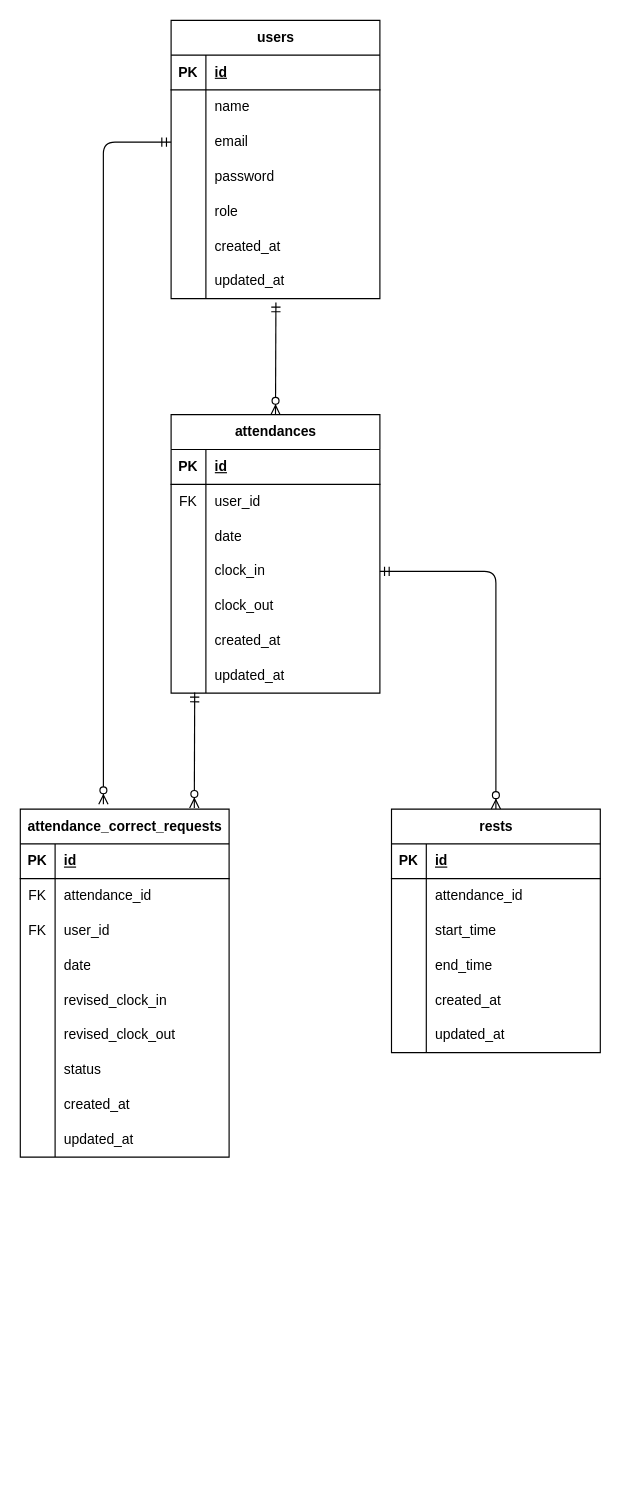
Before: test.drawio in kblueblue66-cell/coachtech-mockcase-2, a draw.io diagram. Source tidied: cells renumbered, new cells numbered last; positions are measured from the earlier drawing's top-left corner, leaving out a move shared by most shapes. Both pictures are drawn from the tidied source at 116%, with x=0, y=0 at pixel (20, 20).
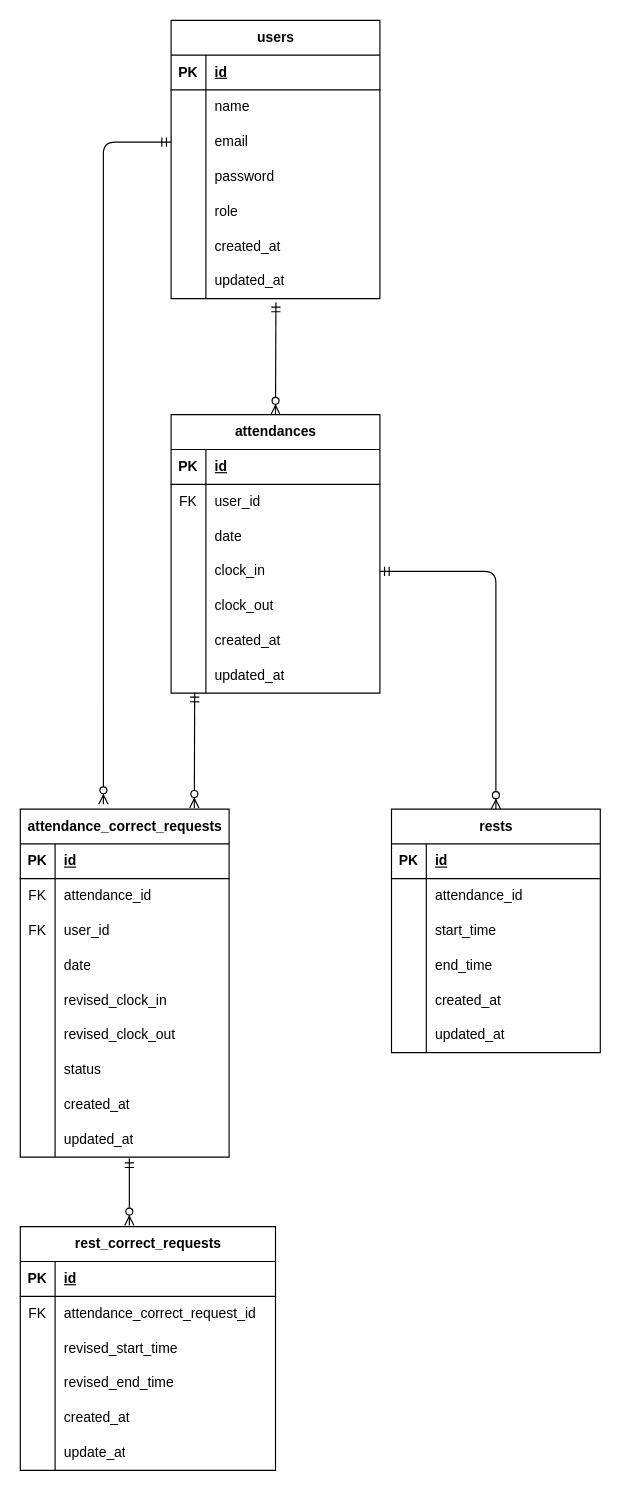
Above is the later version.

Diff of the diagram source:
```diff
@@
+    <mxCell id="97" value="rest_correct_requests" style="shape=table;startSize=30;childLayout=tableLayout;rowLines=0;fontStyle=1;align=center;html=1;" parent="1" vertex="1">
+      <mxGeometry y="1040" width="220" height="210" as="geometry" />
+    </mxCell>
+    <mxCell id="98" style="shape=tableRow;horizontal=0;startSize=0;swimlaneHead=0;swimlaneBody=0;fillColor=none;top=0;left=0;right=0;bottom=1;" parent="97" vertex="1">
+      <mxGeometry y="30" width="220" height="30" as="geometry" />
+    </mxCell>
+    <mxCell id="99" value="PK" style="shape=partialRectangle;fillColor=none;top=0;left=0;bottom=0;right=0;fontStyle=1;overflow=hidden;whiteSpace=wrap;html=1;" parent="98" vertex="1">
+      <mxGeometry width="30" height="30" as="geometry" />
+    </mxCell>
+    <mxCell id="100" value="id" style="shape=partialRectangle;fillColor=none;top=0;left=0;bottom=0;right=0;align=left;spacingLeft=6;fontStyle=5;overflow=hidden;whiteSpace=wrap;html=1;" parent="98" vertex="1">
+      <mxGeometry x="30" width="190" height="30" as="geometry" />
+    </mxCell>
+    <mxCell id="101" style="shape=tableRow;horizontal=0;startSize=0;swimlaneHead=0;swimlaneBody=0;fillColor=none;top=0;left=0;right=0;bottom=0;" parent="97" vertex="1">
+      <mxGeometry y="60" width="220" height="30" as="geometry" />
+    </mxCell>
+    <mxCell id="102" value="FK" style="shape=partialRectangle;fillColor=none;top=0;left=0;bottom=0;right=0;overflow=hidden;whiteSpace=wrap;html=1;" parent="101" vertex="1">
+      <mxGeometry width="30" height="30" as="geometry" />
+    </mxCell>
+    <mxCell id="103" value="attendance_correct_request_id" style="shape=partialRectangle;fillColor=none;top=0;left=0;bottom=0;right=0;align=left;spacingLeft=6;overflow=hidden;whiteSpace=wrap;html=1;" parent="101" vertex="1">
+      <mxGeometry x="30" width="190" height="30" as="geometry" />
+    </mxCell>
+    <mxCell id="104" style="shape=tableRow;horizontal=0;startSize=0;swimlaneHead=0;swimlaneBody=0;fillColor=none;top=0;left=0;right=0;bottom=0;" parent="97" vertex="1">
+      <mxGeometry y="90" width="220" height="30" as="geometry" />
+    </mxCell>
+    <mxCell id="105" style="shape=partialRectangle;fillColor=none;top=0;left=0;bottom=0;right=0;overflow=hidden;whiteSpace=wrap;html=1;" parent="104" vertex="1">
+      <mxGeometry width="30" height="30" as="geometry" />
+    </mxCell>
+    <mxCell id="106" value="revised_start_time" style="shape=partialRectangle;fillColor=none;top=0;left=0;bottom=0;right=0;align=left;spacingLeft=6;overflow=hidden;whiteSpace=wrap;html=1;" parent="104" vertex="1">
+      <mxGeometry x="30" width="190" height="30" as="geometry" />
+    </mxCell>
+    <mxCell id="107" style="shape=tableRow;horizontal=0;startSize=0;swimlaneHead=0;swimlaneBody=0;fillColor=none;top=0;left=0;right=0;bottom=0;" parent="97" vertex="1">
+      <mxGeometry y="120" width="220" height="30" as="geometry" />
+    </mxCell>
+    <mxCell id="108" style="shape=partialRectangle;fillColor=none;top=0;left=0;bottom=0;right=0;overflow=hidden;whiteSpace=wrap;html=1;" parent="107" vertex="1">
+      <mxGeometry width="30" height="30" as="geometry" />
+    </mxCell>
+    <mxCell id="109" value="revised_end_time" style="shape=partialRectangle;fillColor=none;top=0;left=0;bottom=0;right=0;align=left;spacingLeft=6;overflow=hidden;whiteSpace=wrap;html=1;" parent="107" vertex="1">
+      <mxGeometry x="30" width="190" height="30" as="geometry" />
+    </mxCell>
+    <mxCell id="110" style="shape=tableRow;horizontal=0;startSize=0;swimlaneHead=0;swimlaneBody=0;fillColor=none;top=0;left=0;right=0;bottom=0;" parent="97" vertex="1">
+      <mxGeometry y="150" width="220" height="30" as="geometry" />
+    </mxCell>
+    <mxCell id="111" style="shape=partialRectangle;fillColor=none;top=0;left=0;bottom=0;right=0;overflow=hidden;whiteSpace=wrap;html=1;" parent="110" vertex="1">
+      <mxGeometry width="30" height="30" as="geometry" />
+    </mxCell>
+    <mxCell id="112" value="created_at" style="shape=partialRectangle;fillColor=none;top=0;left=0;bottom=0;right=0;align=left;spacingLeft=6;overflow=hidden;whiteSpace=wrap;html=1;" parent="110" vertex="1">
+      <mxGeometry x="30" width="190" height="30" as="geometry" />
+    </mxCell>
+    <mxCell id="113" style="shape=tableRow;horizontal=0;startSize=0;swimlaneHead=0;swimlaneBody=0;fillColor=none;top=0;left=0;right=0;bottom=0;" parent="97" vertex="1">
+      <mxGeometry y="180" width="220" height="30" as="geometry" />
+    </mxCell>
+    <mxCell id="114" style="shape=partialRectangle;fillColor=none;top=0;left=0;bottom=0;right=0;overflow=hidden;whiteSpace=wrap;html=1;" parent="113" vertex="1">
+      <mxGeometry width="30" height="30" as="geometry" />
+    </mxCell>
+    <mxCell id="115" value="update_at" style="shape=partialRectangle;fillColor=none;top=0;left=0;bottom=0;right=0;align=left;spacingLeft=6;overflow=hidden;whiteSpace=wrap;html=1;" parent="113" vertex="1">
+      <mxGeometry x="30" width="190" height="30" as="geometry" />
+    </mxCell>
+    <mxCell id="116" style="fontSize=12;html=1;endArrow=ERzeroToMany;startArrow=ERmandOne;" parent="1" edge="1">
+      <mxGeometry relative="1" as="geometry">
+        <mxPoint x="94" y="981" as="sourcePoint" />
+        <mxPoint x="94" y="1039" as="targetPoint" />
+      </mxGeometry>
+    </mxCell>
```
